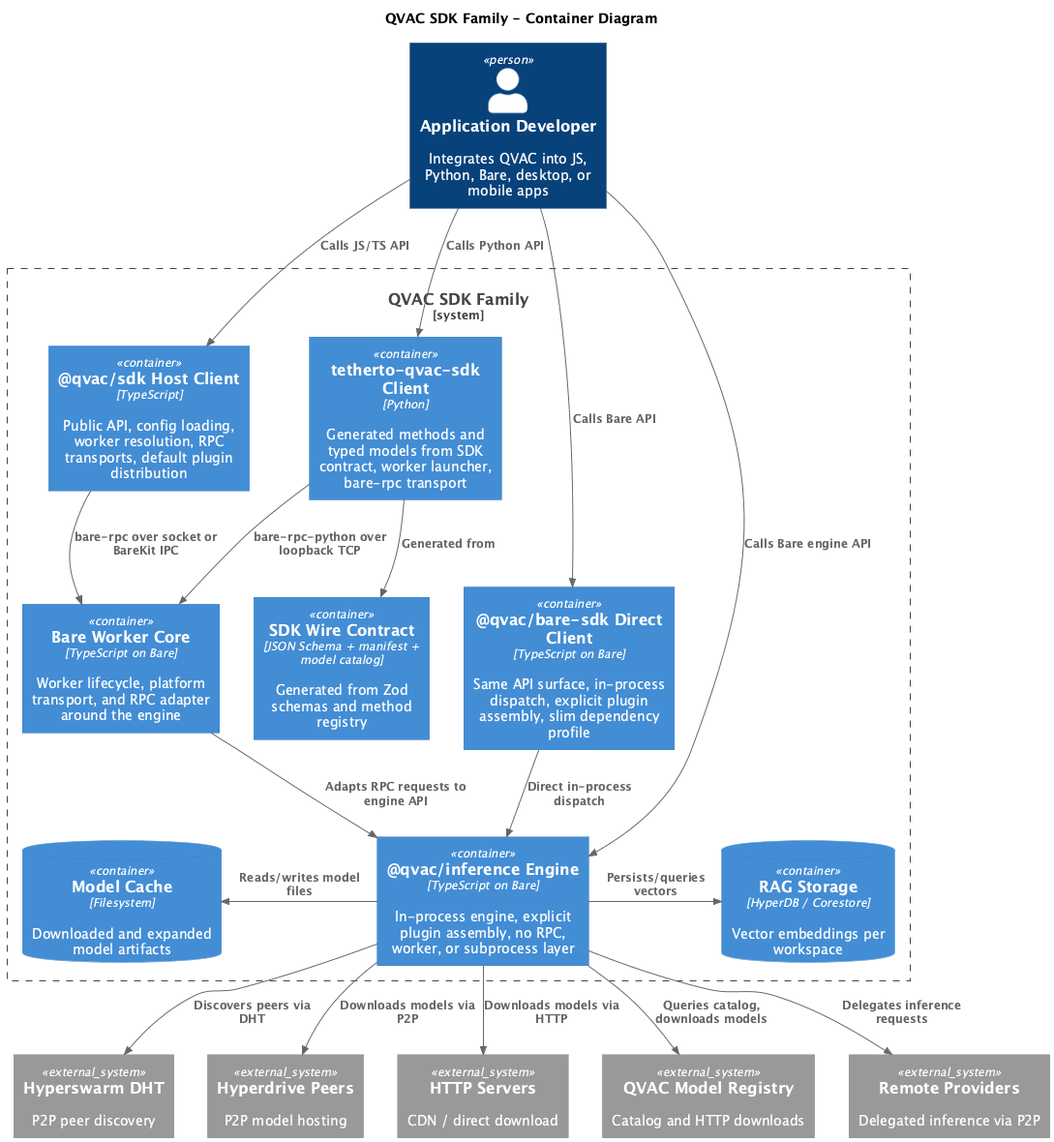
Before: docs/architecture/puml/images/02-container.png, a diagram exported from PlantUML (Zbig9000/qvac). The source it was exported from:
```plantuml
@startuml
!include <C4/C4_Container>

title QVAC SDK Family - Container Diagram

Person(dev, "Application Developer", "Integrates QVAC into JS, Python, Bare, desktop, or mobile apps")

System_Boundary(sdk, "QVAC SDK Family") {
    Container(ts_client, "@qvac/sdk Host Client", "TypeScript", "Public API, config loading, worker resolution, RPC transports, default plugin distribution")
    Container(bare_client, "@qvac/bare-sdk Direct Client", "TypeScript on Bare", "Same API surface, in-process dispatch, explicit plugin assembly, slim dependency profile")
    Container(inference, "@qvac/inference Engine", "TypeScript on Bare", "In-process engine, explicit plugin assembly, no RPC, worker, or subprocess layer")
    Container(py_client, "tetherto-qvac-sdk Client", "Python", "Generated methods and typed models from SDK contract, worker launcher, bare-rpc transport")
    Container(contract, "SDK Wire Contract", "JSON Schema + manifest + model catalog", "Generated from Zod schemas and method registry")
    Container(worker, "Bare Worker Core", "TypeScript on Bare", "Worker lifecycle, platform transport, and RPC adapter around the engine")
    ContainerDb(cache, "Model Cache", "Filesystem", "Downloaded and expanded model artifacts")
    ContainerDb(rag_store, "RAG Storage", "HyperDB / Corestore", "Vector embeddings per workspace")
}

System_Ext(dht, "Hyperswarm DHT", "P2P peer discovery")
System_Ext(hyperdrive, "Hyperdrive Peers", "P2P model hosting")
System_Ext(cdn, "HTTP Servers", "CDN / direct download")
System_Ext(registry, "QVAC Model Registry", "Catalog and HTTP downloads")
System_Ext(providers, "Remote Providers", "Delegated inference via P2P")

Rel_D(dev, ts_client, "Calls JS/TS API")
Rel_D(dev, bare_client, "Calls Bare API")
Rel_D(dev, inference, "Calls Bare engine API")
Rel_D(dev, py_client, "Calls Python API")
Rel_D(py_client, contract, "Generated from")
Rel_D(ts_client, worker, "bare-rpc over socket or BareKit IPC")
Rel_D(py_client, worker, "bare-rpc-python over loopback TCP")
Rel_D(worker, inference, "Adapts RPC requests to engine API")
Rel_D(bare_client, inference, "Direct in-process dispatch")
Rel_L(inference, cache, "Reads/writes model files")
Rel_R(inference, rag_store, "Persists/queries vectors")
Rel_D(inference, dht, "Discovers peers via DHT")
Rel_D(inference, hyperdrive, "Downloads models via P2P")
Rel_D(inference, cdn, "Downloads models via HTTP")
Rel_D(inference, registry, "Queries catalog, downloads models")
Rel_D(inference, providers, "Delegates inference requests")

Lay_R(dht, hyperdrive)
Lay_R(hyperdrive, cdn)
Lay_R(cdn, registry)
Lay_R(registry, providers)

@enduml
```
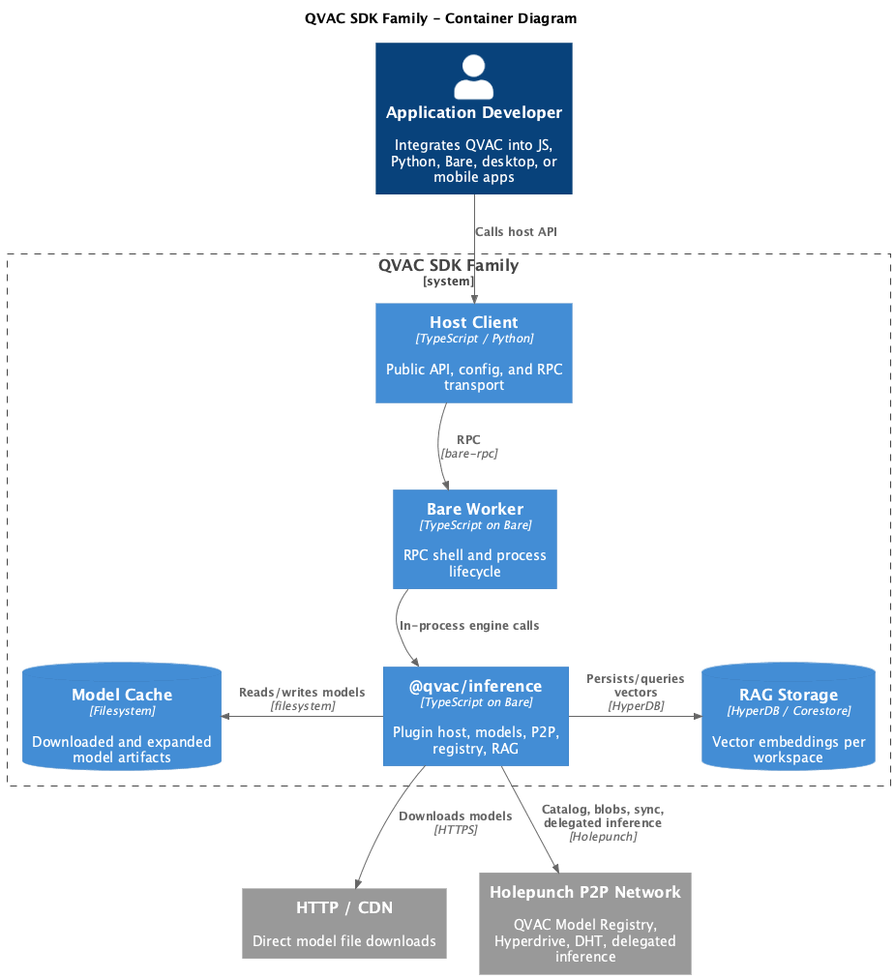
The same diagram one commit later.

What changed in the source:
```diff
@@ -1,47 +1,32 @@
 @startuml
 !include <C4/C4_Container>
+HIDE_STEREOTYPE()
 
 title QVAC SDK Family - Container Diagram
 
 Person(dev, "Application Developer", "Integrates QVAC into JS, Python, Bare, desktop, or mobile apps")
 
 System_Boundary(sdk, "QVAC SDK Family") {
-    Container(ts_client, "@qvac/sdk Host Client", "TypeScript", "Public API, config loading, worker resolution, RPC transports, default plugin distribution")
-    Container(bare_client, "@qvac/bare-sdk Direct Client", "TypeScript on Bare", "Same API surface, in-process dispatch, explicit plugin assembly, slim dependency profile")
-    Container(inference, "@qvac/inference Engine", "TypeScript on Bare", "In-process engine, explicit plugin assembly, no RPC, worker, or subprocess layer")
-    Container(py_client, "tetherto-qvac-sdk Client", "Python", "Generated methods and typed models from SDK contract, worker launcher, bare-rpc transport")
-    Container(contract, "SDK Wire Contract", "JSON Schema + manifest + model catalog", "Generated from Zod schemas and method registry")
-    Container(worker, "Bare Worker Core", "TypeScript on Bare", "Worker lifecycle, platform transport, and RPC adapter around the engine")
+    Container(client, "Host Client", "TypeScript / Python", "Public API, config, and RPC transport")
+    Container(worker, "Bare Worker", "TypeScript on Bare", "RPC shell and process lifecycle")
+    Container(engine, "@qvac/inference", "TypeScript on Bare", "Plugin host, models, P2P, registry, RAG")
     ContainerDb(cache, "Model Cache", "Filesystem", "Downloaded and expanded model artifacts")
     ContainerDb(rag_store, "RAG Storage", "HyperDB / Corestore", "Vector embeddings per workspace")
 }
 
-System_Ext(dht, "Hyperswarm DHT", "P2P peer discovery")
-System_Ext(hyperdrive, "Hyperdrive Peers", "P2P model hosting")
-System_Ext(cdn, "HTTP Servers", "CDN / direct download")
-System_Ext(registry, "QVAC Model Registry", "Catalog and HTTP downloads")
-System_Ext(providers, "Remote Providers", "Delegated inference via P2P")
+System_Ext(http, "HTTP / CDN", "Direct model file downloads")
+System_Ext(p2p, "Holepunch P2P Network", "QVAC Model Registry, Hyperdrive, DHT, delegated inference")
 
-Rel_D(dev, ts_client, "Calls JS/TS API")
-Rel_D(dev, bare_client, "Calls Bare API")
-Rel_D(dev, inference, "Calls Bare engine API")
-Rel_D(dev, py_client, "Calls Python API")
-Rel_D(py_client, contract, "Generated from")
-Rel_D(ts_client, worker, "bare-rpc over socket or BareKit IPC")
-Rel_D(py_client, worker, "bare-rpc-python over loopback TCP")
-Rel_D(worker, inference, "Adapts RPC requests to engine API")
-Rel_D(bare_client, inference, "Direct in-process dispatch")
-Rel_L(inference, cache, "Reads/writes model files")
-Rel_R(inference, rag_store, "Persists/queries vectors")
-Rel_D(inference, dht, "Discovers peers via DHT")
-Rel_D(inference, hyperdrive, "Downloads models via P2P")
-Rel_D(inference, cdn, "Downloads models via HTTP")
-Rel_D(inference, registry, "Queries catalog, downloads models")
-Rel_D(inference, providers, "Delegates inference requests")
+Rel_D(dev, client, "Calls host API")
+Rel_D(client, worker, "RPC", "bare-rpc")
+Rel_D(worker, engine, "In-process engine calls")
+Rel_L(engine, cache, "Reads/writes models", "filesystem")
+Rel_R(engine, rag_store, "Persists/queries vectors", "HyperDB")
+Rel_D(engine, http, "Downloads models", "HTTPS")
+Rel_D(engine, p2p, "Catalog, blobs, sync, delegated inference", "Holepunch")
 
-Lay_R(dht, hyperdrive)
-Lay_R(hyperdrive, cdn)
-Lay_R(cdn, registry)
-Lay_R(registry, providers)
+Lay_D(client, worker)
+Lay_D(worker, engine)
+Lay_R(http, p2p)
 
 @enduml
```
